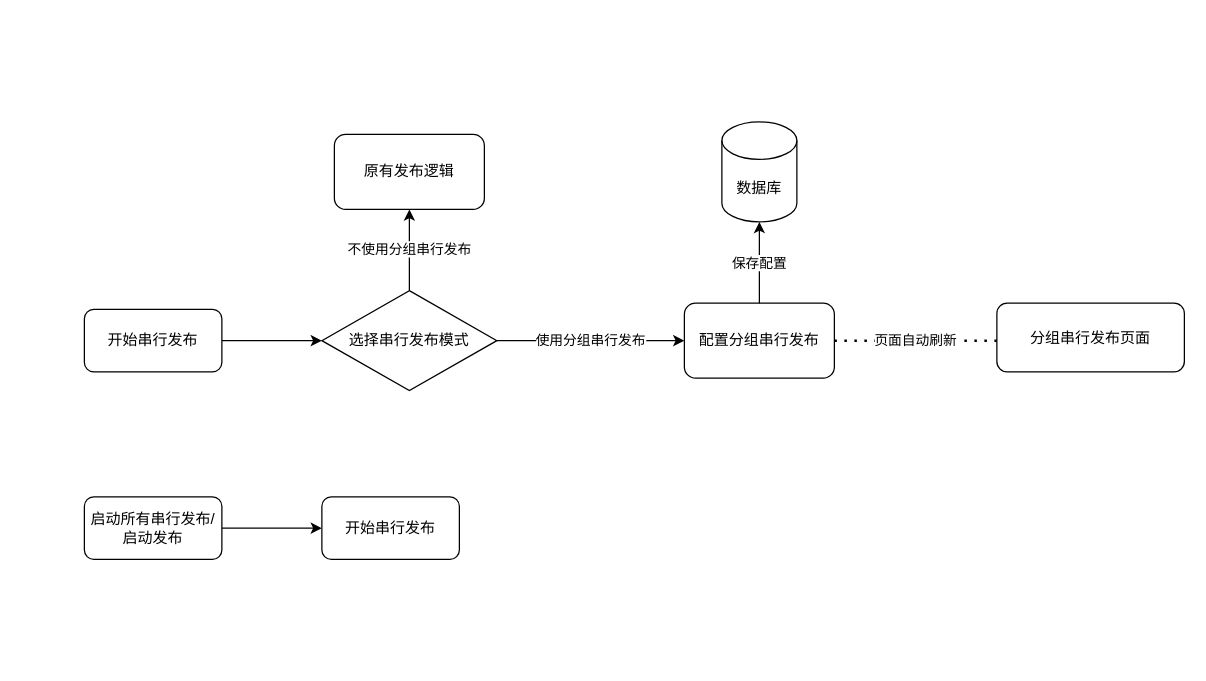
Before: 曹操/未命名绘图.drawio in Makecodeeasy/diagrams, a draw.io diagram. Source tidied: cells renumbered, new cells numbered last; positions are measured from the earlier drawing's top-left corner, leaving out a move shared by most shapes. Both pictures are drawn from the tidied source at 125%, with x=0, y=0 at pixel (84, 121).
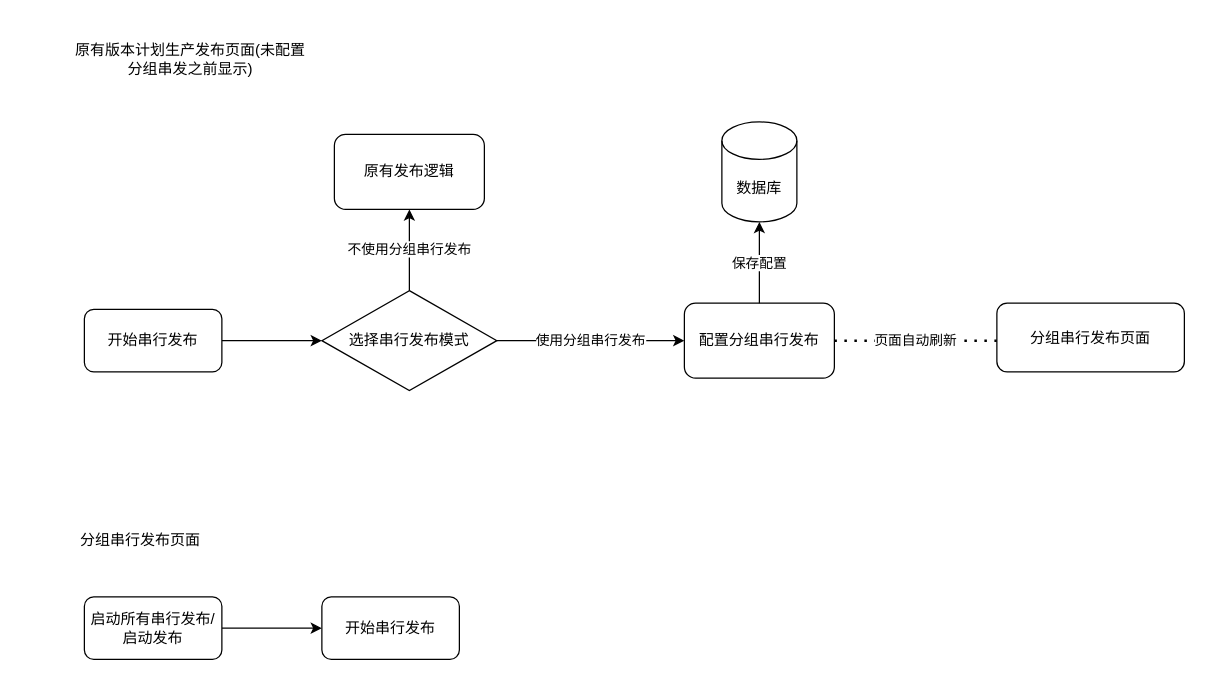
The same page after the edit.

Commit message:
更新未命名绘图.drawio

What changed in the source:
```diff
@@
 <mxGraphModel>
   <root>
     <mxCell id="0" />
     <mxCell id="1" parent="0" />
     <mxCell id="2" style="edgeStyle=orthogonalEdgeStyle;rounded=0;jettySize=auto;html=1;exitX=1;exitY=0.5;exitDx=0;exitDy=0;" parent="1" edge="1" source="3" target="6">
       <mxGeometry relative="1" as="geometry" />
     </mxCell>
     <mxCell id="3" value="开始串行发布" style="rounded=1;whiteSpace=wrap;html=1;" parent="1" vertex="1">
       <mxGeometry y="150" width="110" height="50" as="geometry" />
     </mxCell>
     <mxCell id="4" value="不使用分组串行发布" style="edgeStyle=orthogonalEdgeStyle;rounded=0;jettySize=auto;html=1;exitX=0.5;exitY=0;exitDx=0;exitDy=0;entryX=0.5;entryY=1;entryDx=0;entryDy=0;" parent="1" edge="1" source="6" target="7">
       <mxGeometry relative="1" as="geometry" />
     </mxCell>
     <mxCell id="5" value="使用分组串行发布" style="edgeStyle=orthogonalEdgeStyle;rounded=0;jettySize=auto;html=1;exitX=1;exitY=0.5;exitDx=0;exitDy=0;" parent="1" edge="1" source="6" target="8">
       <mxGeometry relative="1" as="geometry" />
     </mxCell>
     <mxCell id="6" value="选择串行发布模式" style="rhombus;whiteSpace=wrap;html=1;" parent="1" vertex="1">
       <mxGeometry x="190" y="135" width="140" height="80" as="geometry" />
     </mxCell>
     <mxCell id="7" value="原有发布逻辑" style="rounded=1;whiteSpace=wrap;html=1;" parent="1" vertex="1">
       <mxGeometry x="200" y="10" width="120" height="60" as="geometry" />
     </mxCell>
     <mxCell id="8" value="配置分组串行发布" style="rounded=1;whiteSpace=wrap;html=1;" parent="1" vertex="1">
       <mxGeometry x="480" y="145" width="120" height="60" as="geometry" />
     </mxCell>
     <mxCell id="9" value="数据库" style="shape=cylinder3;whiteSpace=wrap;html=1;boundedLbl=1;backgroundOutline=1;size=15;" parent="1" vertex="1">
       <mxGeometry x="510" width="60" height="80" as="geometry" />
     </mxCell>
     <mxCell id="10" value="页面自动刷新" style="endArrow=none;dashed=1;html=1;dashPattern=1 3;strokeWidth=2;exitX=1;exitY=0.5;exitDx=0;exitDy=0;entryX=0;entryY=0.5;entryDx=0;entryDy=0;" parent="1" edge="1" source="8">
       <mxGeometry relative="1" as="geometry">
         <mxPoint x="730" y="175" as="targetPoint" />
       </mxGeometry>
     </mxCell>
     <mxCell id="11" value="分组串行发布页面" style="rounded=1;whiteSpace=wrap;html=1;" parent="1" vertex="1">
       <mxGeometry x="730" y="145" width="150" height="55" as="geometry" />
     </mxCell>
     <mxCell id="12" value="保存配置" style="edgeStyle=orthogonalEdgeStyle;rounded=0;jettySize=auto;html=1;exitX=0.5;exitY=0;exitDx=0;exitDy=0;" parent="1" edge="1" source="8">
       <mxGeometry relative="1" as="geometry">
         <mxPoint x="540" y="80" as="targetPoint" />
       </mxGeometry>
     </mxCell>
     <mxCell id="13" style="edgeStyle=orthogonalEdgeStyle;rounded=0;jettySize=auto;html=1;exitX=1;exitY=0.5;exitDx=0;exitDy=0;" parent="1" edge="1" source="14">
       <mxGeometry relative="1" as="geometry">
-        <mxPoint x="190" y="325" as="targetPoint" />
+        <mxPoint x="190" y="405" as="targetPoint" />
       </mxGeometry>
     </mxCell>
     <mxCell id="14" value="启动所有串行发布/启动发布" style="rounded=1;whiteSpace=wrap;html=1;" parent="1" vertex="1">
-      <mxGeometry y="300" width="110" height="50" as="geometry" />
+      <mxGeometry y="380" width="110" height="50" as="geometry" />
     </mxCell>
     <mxCell id="15" value="开始串行发布" style="rounded=1;whiteSpace=wrap;html=1;" parent="1" vertex="1">
-      <mxGeometry x="190" y="300" width="110" height="50" as="geometry" />
+      <mxGeometry x="190" y="380" width="110" height="50" as="geometry" />
     </mxCell>
+    <mxCell id="16" value="分组串行发布页面" style="text;html=1;strokeColor=none;fillColor=none;align=center;verticalAlign=middle;whiteSpace=wrap;rounded=0;" parent="1" vertex="1">
+      <mxGeometry x="-50" y="310" width="190" height="50" as="geometry" />
+    </mxCell>
+    <mxCell id="17" value="原有版本计划生产发布页面(未配置分组串发之前显示)" style="text;html=1;strokeColor=none;fillColor=none;align=center;verticalAlign=middle;whiteSpace=wrap;rounded=0;" parent="1" vertex="1">
+      <mxGeometry x="-10" y="-80" width="190" height="60" as="geometry" />
+    </mxCell>
   </root>
 </mxGraphModel>
```
